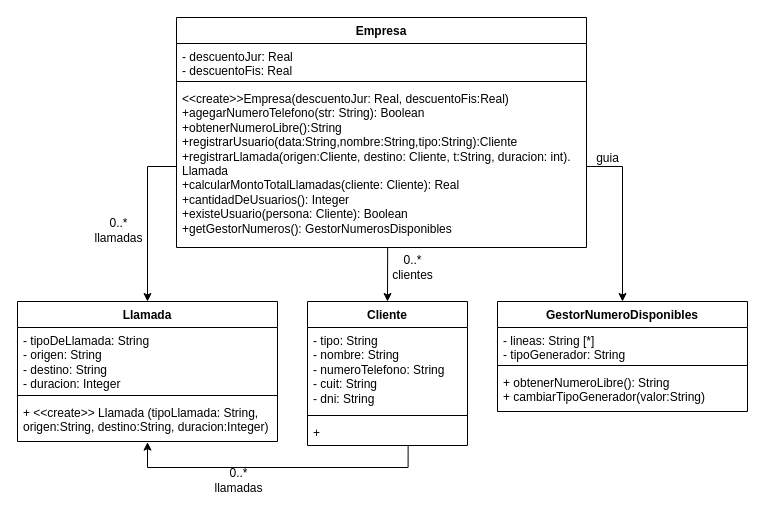
Earlier version of the draw.io diagram Refactoring/Ejercicio3/Diagrama ejercicio base.drawio (Ruyy7/OO2). Source tidied: cells renumbered, new cells numbered last; positions are measured from the earlier drawing's top-left corner, leaving out a move shared by most shapes. Both pictures are drawn from the tidied source at 100%, with x=0, y=0 at pixel (17, 17).
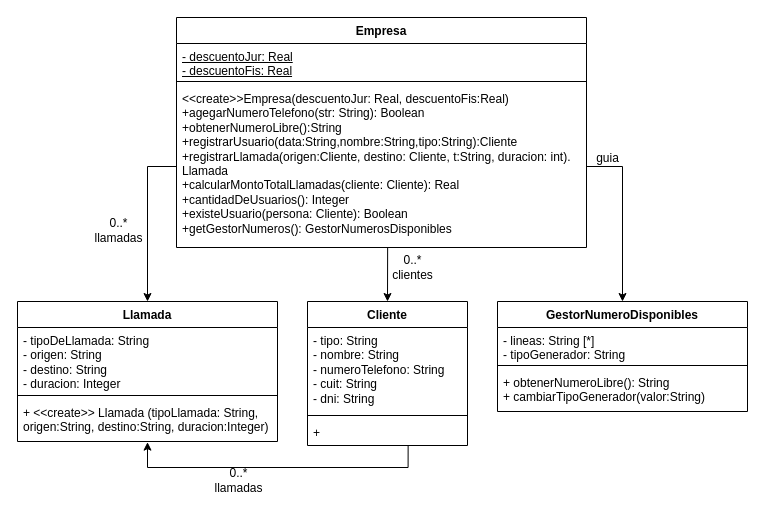
After the change.

Commit message (it also covers changes not shown here):
Arreglo en diagrama original

The change refers to these unchanged cells:
```xml
<mxCell id="14" value="Empresa" style="swimlane;fontStyle=1;align=center;verticalAlign=top;horizontal=1;startSize=26;whiteSpace=wrap;html=1;" parent="1" vertex="1">
  <mxGeometry x="159" width="410" height="230" as="geometry" />
</mxCell>
```

Diff of the diagram source:
```diff
@@
-    <mxCell id="15" value="- descuentoJur: Real&lt;div&gt;- descuentoFis: Real&lt;/div&gt;" style="text;strokeColor=none;fillColor=none;align=left;verticalAlign=top;spacingLeft=4;spacingRight=4;overflow=hidden;whiteSpace=wrap;html=1;" parent="14" vertex="1">
+    <mxCell id="15" value="&lt;u&gt;- descuentoJur: Real&lt;/u&gt;&lt;div&gt;&lt;u&gt;- descuentoFis: Real&lt;/u&gt;&lt;/div&gt;" style="text;strokeColor=none;fillColor=none;align=left;verticalAlign=top;spacingLeft=4;spacingRight=4;overflow=hidden;whiteSpace=wrap;html=1;" parent="14" vertex="1">
       <mxGeometry y="26" width="410" height="34" as="geometry" />
     </mxCell>
```
